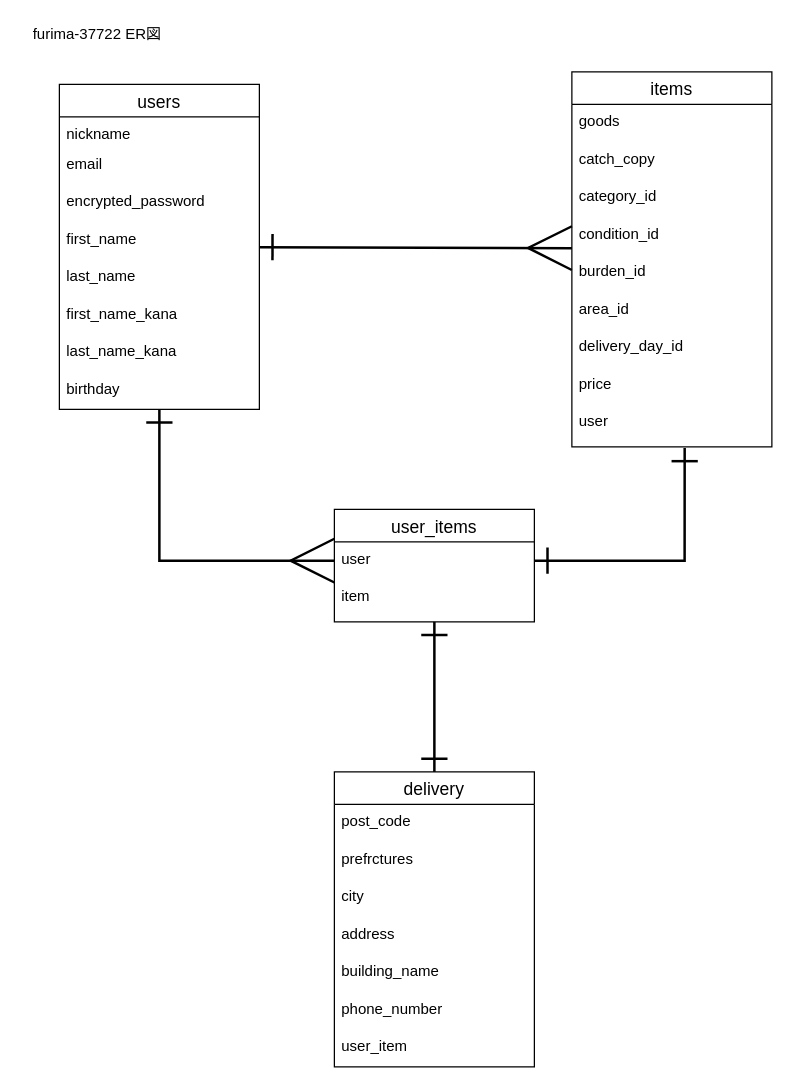
Earlier version of the draw.io diagram furima-37722.dio (t-ryouta/furima-37722). Source tidied: cells renumbered, new cells numbered last; positions are measured from the earlier drawing's top-left corner, leaving out a move shared by most shapes. Both pictures are drawn from the tidied source at 125%, with x=0, y=0 at pixel (21, 21).
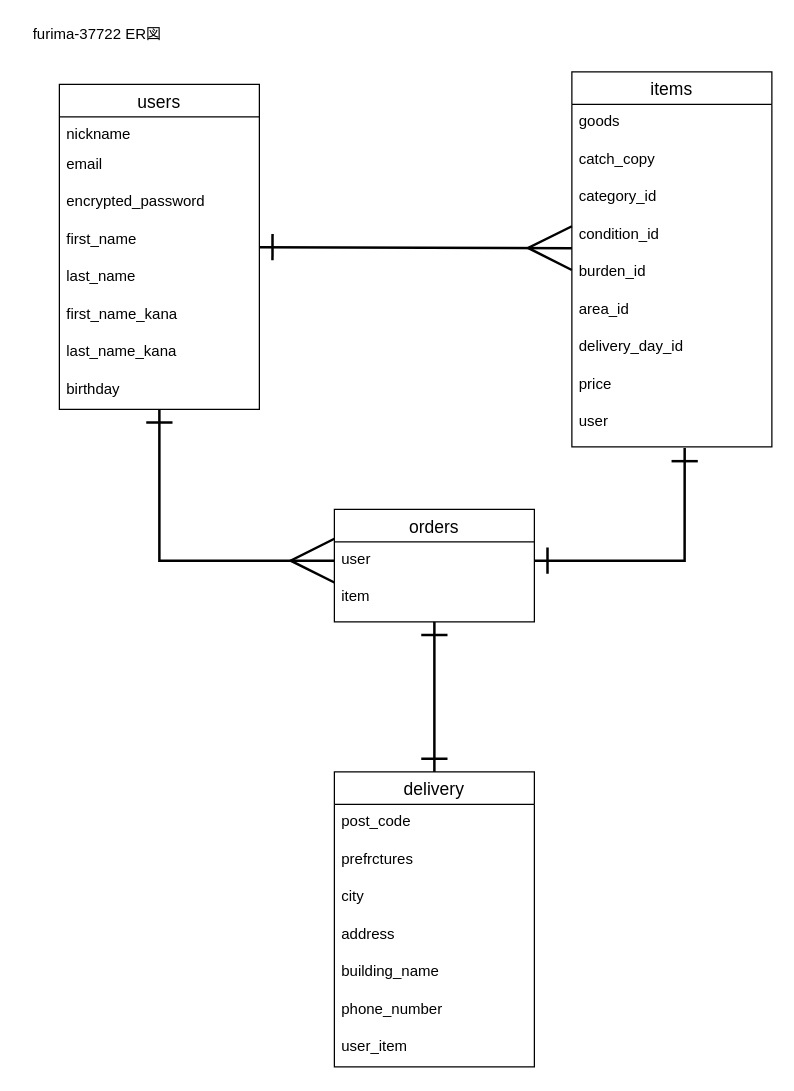
The same diagram, later.

Commit message (it also covers changes not shown here):
user_itemsテーブルをordersテーブルに変更

The edit, as a diff of the source:
```diff
@@
-    <mxCell id="26" value="user_items" style="swimlane;fontStyle=0;horizontal=1;startSize=26;align=center;fontSize=14;shadow=0;" parent="1" vertex="1">
+    <mxCell id="26" value="orders" style="swimlane;fontStyle=0;horizontal=1;startSize=26;align=center;fontSize=14;shadow=0;" parent="1" vertex="1">
       <mxGeometry x="250" y="390" width="160" height="90" as="geometry" />
     </mxCell>
```
